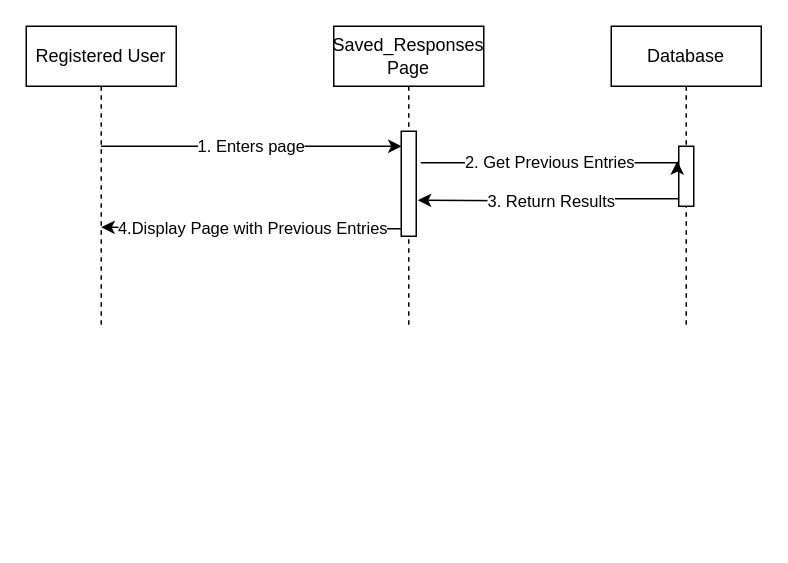
Above: diagrams/RegisteredUserPage_SequenceDiagram.drawio in ChrisMichaudd/seng401test (draw.io), before the change. Source tidied: cells renumbered, new cells numbered last; positions are measured from the earlier drawing's top-left corner, leaving out a move shared by most shapes. Both pictures are drawn from the tidied source at 150%, with x=0, y=0 at pixel (26, 26).
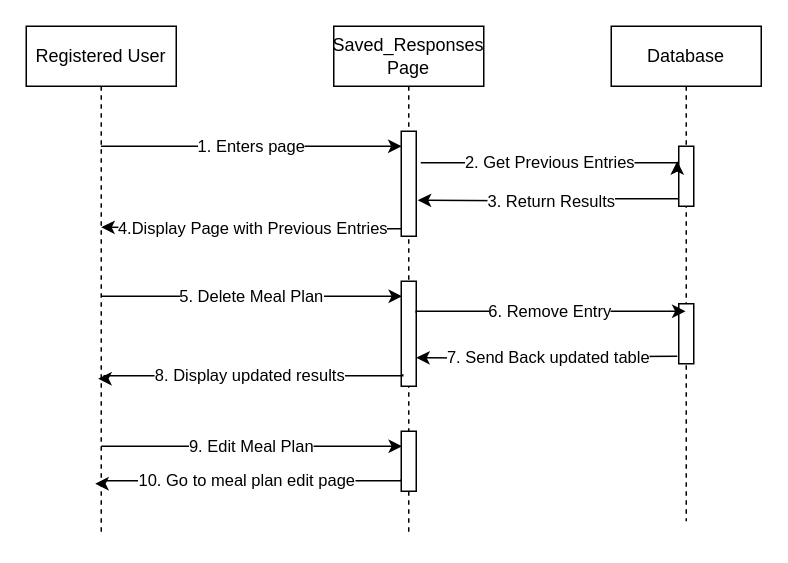
The same page after the edit.

Diff of the diagram source:
```diff
@@
     <mxCell id="2" value="Registered User" style="shape=umlLifeline;perimeter=lifelinePerimeter;whiteSpace=wrap;html=1;newEdgeStyle={&quot;edgeStyle&quot;:&quot;elbowEdgeStyle&quot;,&quot;elbow&quot;:&quot;vertical&quot;,&quot;curved&quot;:0,&quot;rounded&quot;:0};" parent="1" vertex="1">
-      <mxGeometry width="100" height="200" as="geometry" />
+      <mxGeometry width="100" height="340" as="geometry" />
     </mxCell>
     <mxCell id="3" value="Saved_Responses&lt;br&gt;Page" style="shape=umlLifeline;perimeter=lifelinePerimeter;whiteSpace=wrap;html=1;newEdgeStyle={&quot;edgeStyle&quot;:&quot;elbowEdgeStyle&quot;,&quot;elbow&quot;:&quot;vertical&quot;,&quot;curved&quot;:0,&quot;rounded&quot;:0};" parent="1" vertex="1">
-      <mxGeometry x="205" width="100" height="200" as="geometry" />
+      <mxGeometry x="205" width="100" height="340" as="geometry" />
     </mxCell>
@@
+    <mxCell id="11" style="html=1;perimeter=orthogonalPerimeter;targetShapes=umlLifeline;newEdgeStyle={&quot;curved&quot;:0,&quot;rounded&quot;:0};" parent="3" vertex="1">
+      <mxGeometry x="45" y="170" width="10" height="70" as="geometry" />
+    </mxCell>
+    <mxCell id="12" style="html=1;perimeter=orthogonalPerimeter;targetShapes=umlLifeline;newEdgeStyle={&quot;curved&quot;:0,&quot;rounded&quot;:0};" parent="3" vertex="1">
+      <mxGeometry x="45" y="270" width="10" height="40" as="geometry" />
+    </mxCell>
     <mxCell id="5" value="Database" style="shape=umlLifeline;perimeter=lifelinePerimeter;whiteSpace=wrap;html=1;outlineConnect=0;portConstraint=eastwest;newEdgeStyle={&quot;edgeStyle&quot;:&quot;elbowEdgeStyle&quot;,&quot;elbow&quot;:&quot;vertical&quot;,&quot;curved&quot;:0,&quot;rounded&quot;:0};" parent="1" vertex="1">
-      <mxGeometry x="390" width="100" height="200" as="geometry" />
+      <mxGeometry x="390" width="100" height="330" as="geometry" />
     </mxCell>
@@
+    <mxCell id="13" style="html=1;perimeter=orthogonalPerimeter;targetShapes=umlLifeline;newEdgeStyle={&quot;curved&quot;:0,&quot;rounded&quot;:0};" parent="5" vertex="1">
+      <mxGeometry x="45" y="185" width="10" height="40" as="geometry" />
+    </mxCell>
@@
+    <mxCell id="14" value="5. Delete Meal Plan" style="edgeStyle=elbowEdgeStyle;rounded=0;orthogonalLoop=1;jettySize=auto;html=1;elbow=vertical;curved=0;entryX=0;entryY=0;entryDx=0;entryDy=5;entryPerimeter=0;" parent="1" edge="1">
+      <mxGeometry relative="1" as="geometry">
+        <mxPoint x="50" y="180" as="sourcePoint" />
+        <mxPoint x="250.5" y="180" as="targetPoint" />
+      </mxGeometry>
+    </mxCell>
+    <mxCell id="15" value="6. Remove Entry" style="edgeStyle=elbowEdgeStyle;rounded=0;jettySize=auto;html=1;elbow=vertical;curved=0;" parent="1" edge="1" target="5">
+      <mxGeometry relative="1" as="geometry">
+        <mxPoint x="260" y="191" as="sourcePoint" />
+        <Array as="points">
+          <mxPoint x="440" y="190" />
+        </Array>
+      </mxGeometry>
+    </mxCell>
+    <mxCell id="16" value="7. Send Back updated table" style="edgeStyle=orthogonalEdgeStyle;rounded=0;orthogonalLoop=1;jettySize=auto;html=1;curved=0;exitX=0;exitY=1;exitDx=0;exitDy=-5;exitPerimeter=0;" parent="1" edge="1">
+      <mxGeometry x="-0.02" y="1" relative="1" as="geometry">
+        <mxPoint x="434" y="220" as="sourcePoint" />
+        <mxPoint x="260" y="221" as="targetPoint" />
+      </mxGeometry>
+    </mxCell>
+    <mxCell id="17" value="8. Display updated results" style="edgeStyle=orthogonalEdgeStyle;rounded=0;orthogonalLoop=1;jettySize=auto;html=1;curved=0;" parent="1" edge="1">
+      <mxGeometry relative="1" as="geometry">
+        <mxPoint x="251" y="232" as="sourcePoint" />
+        <mxPoint x="48" y="235" as="targetPoint" />
+        <Array as="points">
+          <mxPoint x="251" y="233" />
+          <mxPoint x="52" y="233" />
+        </Array>
+      </mxGeometry>
+    </mxCell>
+    <mxCell id="18" value="9. Edit Meal Plan" style="edgeStyle=elbowEdgeStyle;rounded=0;orthogonalLoop=1;jettySize=auto;html=1;elbow=vertical;curved=0;entryX=0;entryY=0;entryDx=0;entryDy=5;entryPerimeter=0;" parent="1" edge="1">
+      <mxGeometry relative="1" as="geometry">
+        <mxPoint x="50" y="280" as="sourcePoint" />
+        <mxPoint x="250.5" y="280" as="targetPoint" />
+      </mxGeometry>
+    </mxCell>
+    <mxCell id="19" value="10. Go to meal plan edit page" style="edgeStyle=orthogonalEdgeStyle;rounded=0;orthogonalLoop=1;jettySize=auto;html=1;curved=0;" parent="1" edge="1">
+      <mxGeometry relative="1" as="geometry">
+        <mxPoint x="250" y="302" as="sourcePoint" />
+        <mxPoint x="46" y="305" as="targetPoint" />
+        <Array as="points">
+          <mxPoint x="250" y="303" />
+          <mxPoint x="51" y="303" />
+        </Array>
+      </mxGeometry>
+    </mxCell>
```
